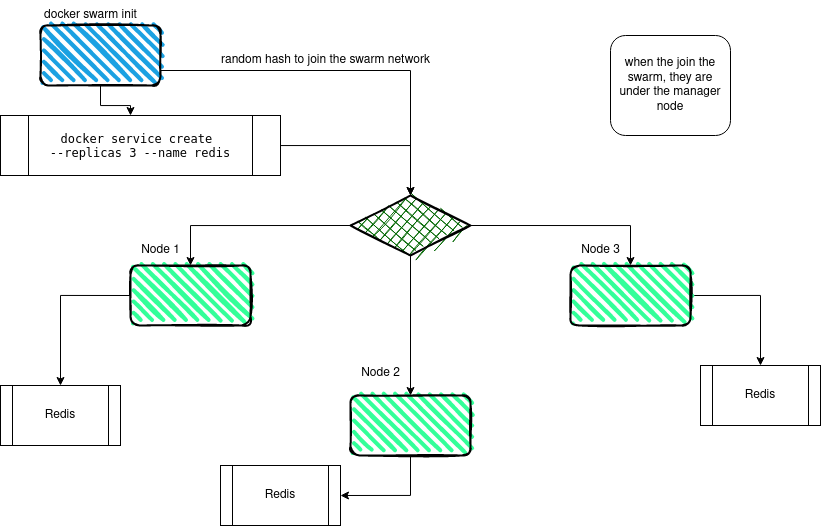
Before: docker-swarm.drawio.drawio.png, a diagram exported from draw.io (Masum-Osman/diagrams.io-draws). Source tidied: cells renumbered, new cells last; positions are measured from the earlier drawing's top-left corner, leaving out a move shared by most shapes.
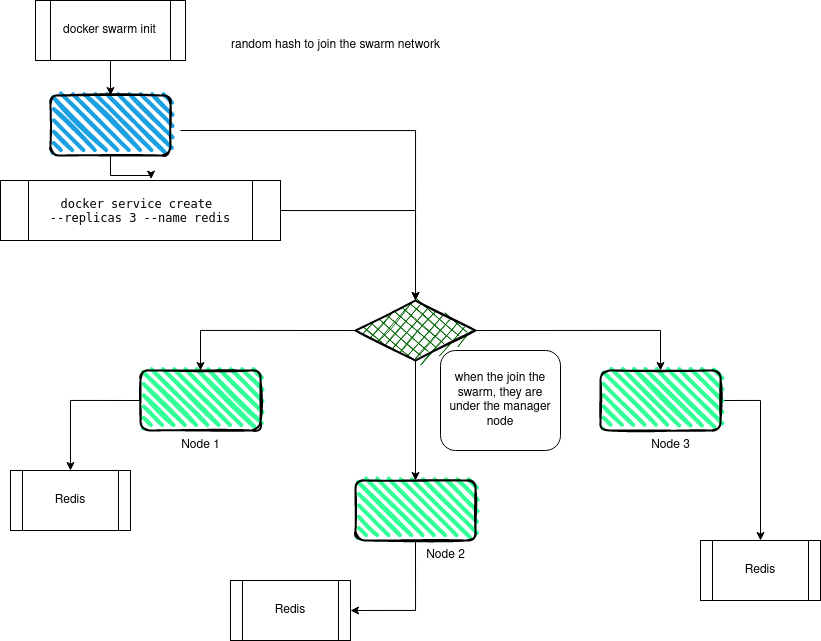
After the change.

Diff of the diagram source:
```diff
@@ -4,43 +4,38 @@
     <mxCell id="1" parent="0" />
     <mxCell id="2" style="edgeStyle=orthogonalEdgeStyle;rounded=0;jettySize=auto;html=1;entryX=0.5;entryY=0;entryDx=0;entryDy=0;" parent="1" edge="1" target="17">
       <mxGeometry relative="1" as="geometry">
-        <mxPoint x="160" y="70" as="sourcePoint" />
+        <mxPoint x="170" y="145" as="sourcePoint" />
       </mxGeometry>
     </mxCell>
     <mxCell id="3" value="&lt;div&gt;when the join the swarm, they are under the manager node&lt;/div&gt;" style="rounded=1;whiteSpace=wrap;html=1;" parent="1" vertex="1">
-      <mxGeometry x="610" y="35" width="120" height="100" as="geometry" />
+      <mxGeometry x="430" y="365" width="120" height="100" as="geometry" />
     </mxCell>
     <mxCell id="4" value="random hash to join the swarm network" style="text;html=1;align=center;verticalAlign=middle;strokeColor=none;fillColor=none;" parent="1" vertex="1">
       <mxGeometry x="210" y="45" width="230" height="30" as="geometry" />
     </mxCell>
-    <mxCell id="5" style="edgeStyle=orthogonalEdgeStyle;rounded=0;jettySize=auto;html=1;exitX=0.5;exitY=1;exitDx=0;exitDy=0;entryX=0.5;entryY=0;entryDx=0;entryDy=0;" parent="1" edge="1" source="6">
-      <mxGeometry relative="1" as="geometry">
-        <mxPoint x="130" y="115" as="targetPoint" />
-      </mxGeometry>
+    <mxCell id="5" style="edgeStyle=orthogonalEdgeStyle;rounded=0;jettySize=auto;html=1;exitX=0.5;exitY=1;exitDx=0;exitDy=0;entryX=0.538;entryY=-0.023;entryDx=0;entryDy=0;entryPerimeter=0;" parent="1" edge="1" source="6" target="23">
+      <mxGeometry relative="1" as="geometry" />
     </mxCell>
     <mxCell id="6" style="rounded=1;whiteSpace=wrap;html=1;strokeWidth=2;fillWeight=4;hachureGap=8;hachureAngle=45;fillColor=#1ba1e2;sketch=1;" parent="1" vertex="1">
-      <mxGeometry x="40" y="25" width="120" height="60" as="geometry" />
+      <mxGeometry x="40" y="110" width="120" height="60" as="geometry" />
     </mxCell>
-    <mxCell id="7" value="docker swarm init" style="text;html=1;align=center;verticalAlign=middle;points=[];strokeColor=none;fillColor=none;" parent="1" vertex="1">
-      <mxGeometry x="30" width="120" height="30" as="geometry" />
-    </mxCell>
     <mxCell id="8" style="edgeStyle=orthogonalEdgeStyle;rounded=0;jettySize=auto;html=1;exitX=0;exitY=0.5;exitDx=0;exitDy=0;entryX=0.5;entryY=0;entryDx=0;entryDy=0;" parent="1" edge="1" source="9" target="24">
       <mxGeometry relative="1" as="geometry" />
     </mxCell>
     <mxCell id="9" style="rounded=1;whiteSpace=wrap;html=1;strokeWidth=2;fillWeight=4;hachureGap=8;hachureAngle=45;fillColor=#33FF99;sketch=1;" parent="1" vertex="1">
-      <mxGeometry x="130" y="265" width="120" height="60" as="geometry" />
+      <mxGeometry x="130" y="385" width="120" height="60" as="geometry" />
     </mxCell>
     <mxCell id="10" style="edgeStyle=orthogonalEdgeStyle;rounded=0;jettySize=auto;html=1;exitX=0.5;exitY=1;exitDx=0;exitDy=0;entryX=1;entryY=0.5;entryDx=0;entryDy=0;" parent="1" edge="1" source="11" target="25">
       <mxGeometry relative="1" as="geometry" />
     </mxCell>
     <mxCell id="11" style="rounded=1;whiteSpace=wrap;html=1;strokeWidth=2;fillWeight=4;hachureGap=8;hachureAngle=45;fillColor=#33FF99;sketch=1;" parent="1" vertex="1">
-      <mxGeometry x="350" y="395" width="120" height="60" as="geometry" />
+      <mxGeometry x="345" y="495" width="120" height="60" as="geometry" />
     </mxCell>
     <mxCell id="12" style="edgeStyle=orthogonalEdgeStyle;rounded=0;jettySize=auto;html=1;exitX=1;exitY=0.5;exitDx=0;exitDy=0;entryX=0.5;entryY=0;entryDx=0;entryDy=0;" parent="1" edge="1" source="13" target="26">
       <mxGeometry relative="1" as="geometry" />
     </mxCell>
     <mxCell id="13" style="rounded=1;whiteSpace=wrap;html=1;strokeWidth=2;fillWeight=4;hachureGap=8;hachureAngle=45;fillColor=#33FF99;sketch=1;" parent="1" vertex="1">
-      <mxGeometry x="570" y="265" width="120" height="60" as="geometry" />
+      <mxGeometry x="590" y="385" width="120" height="60" as="geometry" />
     </mxCell>
     <mxCell id="14" style="edgeStyle=orthogonalEdgeStyle;rounded=0;jettySize=auto;html=1;exitX=0.5;exitY=1;exitDx=0;exitDy=0;" parent="1" edge="1" source="17" target="11">
       <mxGeometry relative="1" as="geometry" />
@@ -52,16 +47,16 @@
       <mxGeometry relative="1" as="geometry" />
     </mxCell>
     <mxCell id="17" style="rhombus;whiteSpace=wrap;html=1;strokeWidth=2;fillWeight=-1;hachureGap=8;fillStyle=cross-hatch;fillColor=#006600;sketch=1;" parent="1" vertex="1">
-      <mxGeometry x="350" y="195" width="120" height="60" as="geometry" />
+      <mxGeometry x="345" y="315" width="120" height="60" as="geometry" />
     </mxCell>
     <mxCell id="18" value="Node 1" style="text;html=1;align=center;verticalAlign=middle;strokeColor=none;fillColor=none;" parent="1" vertex="1">
-      <mxGeometry x="130" y="235" width="60" height="30" as="geometry" />
+      <mxGeometry x="160" y="445" width="60" height="30" as="geometry" />
     </mxCell>
     <mxCell id="19" value="&lt;div&gt;Node 2&lt;/div&gt;" style="text;html=1;align=center;verticalAlign=middle;strokeColor=none;fillColor=none;" parent="1" vertex="1">
-      <mxGeometry x="350" y="358" width="60" height="30" as="geometry" />
+      <mxGeometry x="405" y="555" width="60" height="30" as="geometry" />
     </mxCell>
     <mxCell id="20" value="Node 3" style="text;html=1;align=center;verticalAlign=middle;strokeColor=none;fillColor=none;" parent="1" vertex="1">
-      <mxGeometry x="570" y="235" width="60" height="30" as="geometry" />
+      <mxGeometry x="630" y="445" width="60" height="30" as="geometry" />
     </mxCell>
     <mxCell id="21" value="&lt;pre class=&quot;highlight&quot;&gt;&lt;br&gt;&lt;/pre&gt;" style="text;html=1;align=center;verticalAlign=middle;strokeColor=none;fillColor=none;" parent="1" vertex="1">
       <mxGeometry x="190" y="115" width="20" height="50" as="geometry" />
@@ -70,16 +65,22 @@
       <mxGeometry relative="1" as="geometry" />
     </mxCell>
     <mxCell id="23" value="&lt;pre class=&quot;highlight&quot;&gt;&lt;code&gt;docker service create &lt;span class=&quot;nt&quot;&gt;&lt;br&gt;--replicas&lt;/span&gt; 3 &lt;span class=&quot;nt&quot;&gt;--name&lt;/span&gt; redis&lt;/code&gt;&lt;/pre&gt;" style="shape=process;whiteSpace=wrap;html=1;backgroundOutline=1;fillColor=none;" parent="1" vertex="1">
-      <mxGeometry y="115" width="280" height="60" as="geometry" />
+      <mxGeometry x="-10" y="195" width="280" height="60" as="geometry" />
     </mxCell>
     <mxCell id="24" value="&lt;div&gt;Redis &lt;br&gt;&lt;/div&gt;" style="shape=process;whiteSpace=wrap;html=1;backgroundOutline=1;fillColor=none;" parent="1" vertex="1">
-      <mxGeometry y="385" width="120" height="60" as="geometry" />
+      <mxGeometry y="485" width="120" height="60" as="geometry" />
     </mxCell>
     <mxCell id="25" value="&lt;div&gt;Redis &lt;br&gt;&lt;/div&gt;" style="shape=process;whiteSpace=wrap;html=1;backgroundOutline=1;fillColor=none;" parent="1" vertex="1">
-      <mxGeometry x="220" y="465" width="120" height="60" as="geometry" />
+      <mxGeometry x="220" y="595" width="120" height="60" as="geometry" />
     </mxCell>
     <mxCell id="26" value="&lt;div&gt;Redis &lt;br&gt;&lt;/div&gt;" style="shape=process;whiteSpace=wrap;html=1;backgroundOutline=1;fillColor=none;" parent="1" vertex="1">
-      <mxGeometry x="700" y="365" width="120" height="60" as="geometry" />
+      <mxGeometry x="690" y="555" width="120" height="60" as="geometry" />
     </mxCell>
+    <mxCell id="27" style="edgeStyle=orthogonalEdgeStyle;rounded=0;jettySize=auto;html=1;" parent="1" edge="1" source="7" target="6">
+      <mxGeometry relative="1" as="geometry" />
+    </mxCell>
+    <mxCell id="7" value="docker swarm init" style="shape=process;whiteSpace=wrap;html=1;backgroundOutline=1;fillColor=none;" parent="1" vertex="1">
+      <mxGeometry x="25" y="15" width="150" height="60" as="geometry" />
+    </mxCell>
   </root>
 </mxGraphModel>
```
